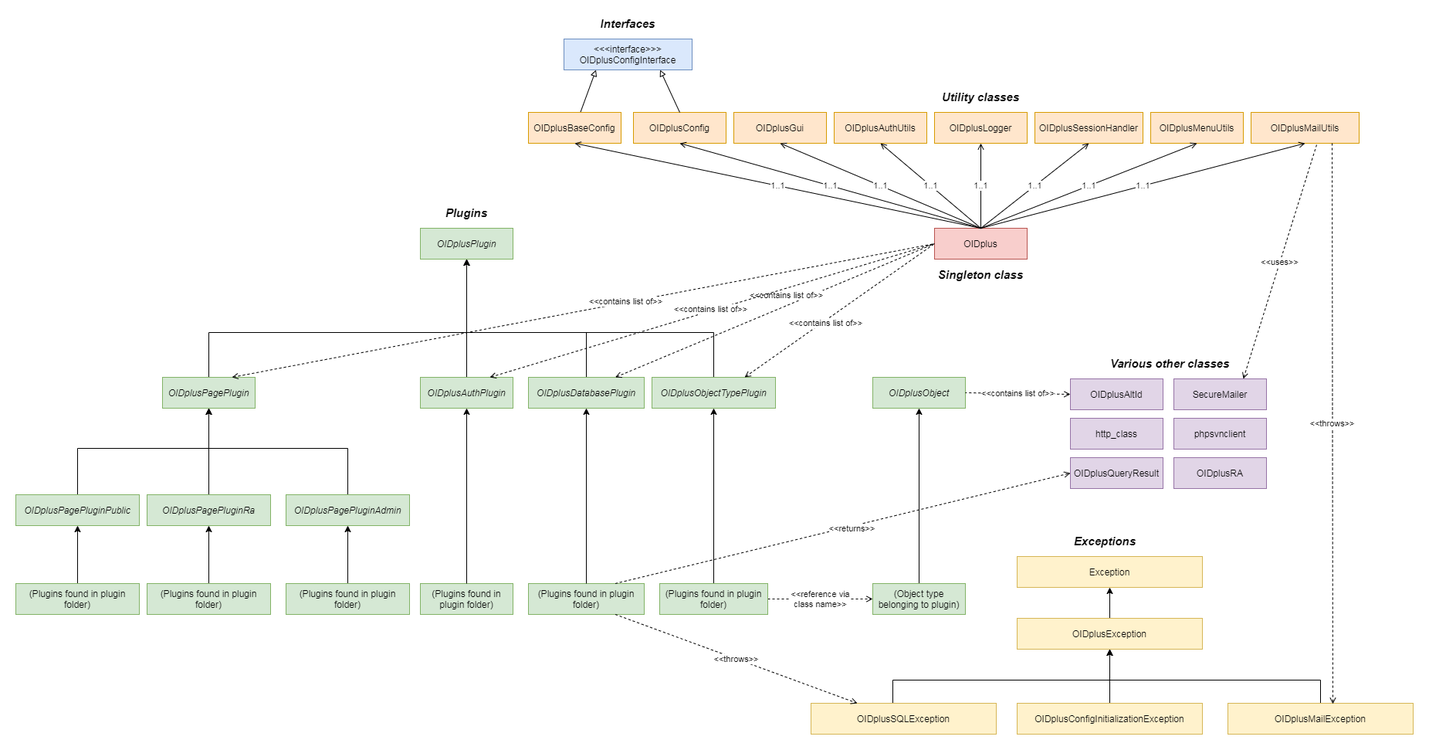
Above: includes/classes/class_diagram.png in danielmarschall/oidplus (draw.io), before the change. Source tidied: cells renumbered, new cells last; positions are measured from the earlier drawing's top-left corner, leaving out a move shared by most shapes.
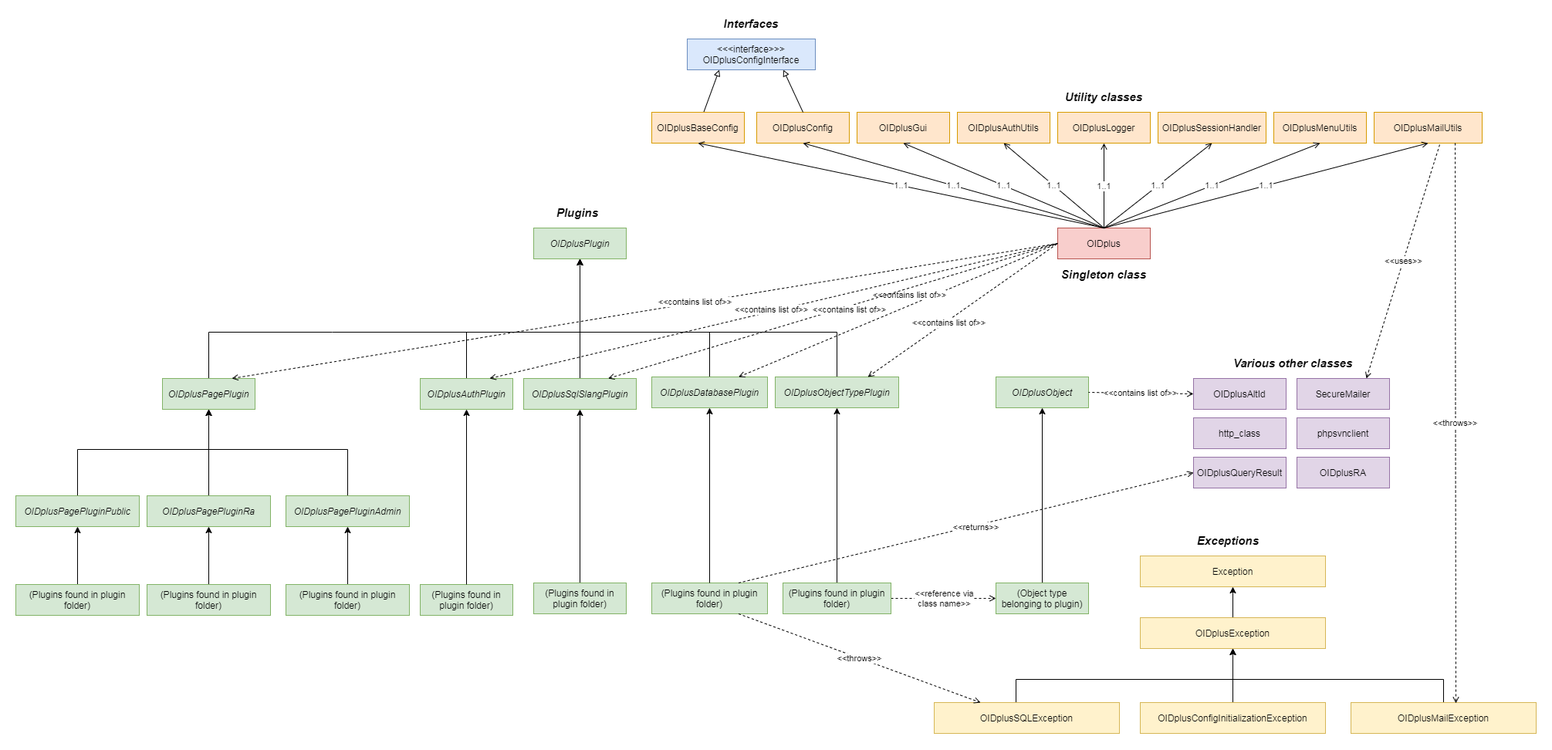
After the commit.

Change to the diagram source:
```diff
@@ -9,10 +9,15 @@
       <mxGeometry x="1366" y="470" width="120" height="40" as="geometry" />
     </mxCell>
     <mxCell id="4" style="edgeStyle=orthogonalEdgeStyle;rounded=0;jettySize=auto;html=1;entryX=0.5;entryY=1;entryDx=0;entryDy=0;" parent="1" edge="1" source="5" target="24">
-      <mxGeometry relative="1" as="geometry" />
+      <mxGeometry relative="1" as="geometry">
+        <Array as="points">
+          <mxPoint x="424" y="410" />
+          <mxPoint x="571" y="410" />
+        </Array>
+      </mxGeometry>
     </mxCell>
     <mxCell id="5" value="&lt;div&gt;OIDplusAuthPlugin&lt;/div&gt;" style="rounded=0;whiteSpace=wrap;html=1;fontStyle=2;fillColor=#d5e8d4;strokeColor=#82b366;" parent="1" vertex="1">
-      <mxGeometry x="524" y="468" width="120" height="40" as="geometry" />
+      <mxGeometry x="364" y="470" width="120" height="40" as="geometry" />
     </mxCell>
     <mxCell id="6" value="&lt;div&gt;OIDplusAuthUtils&lt;/div&gt;" style="rounded=0;whiteSpace=wrap;html=1;fillColor=#ffe6cc;strokeColor=#d79b00;" parent="1" vertex="1">
       <mxGeometry x="1060" y="125" width="120" height="40" as="geometry" />
@@ -41,7 +46,7 @@
       <mxGeometry relative="1" as="geometry">
         <Array as="points">
           <mxPoint x="739" y="410" />
-          <mxPoint x="584" y="410" />
+          <mxPoint x="571" y="410" />
         </Array>
       </mxGeometry>
     </mxCell>
@@ -61,7 +66,7 @@
       <mxGeometry relative="1" as="geometry">
         <Array as="points">
           <mxPoint x="904" y="410" />
-          <mxPoint x="584" y="410" />
+          <mxPoint x="571" y="410" />
         </Array>
       </mxGeometry>
     </mxCell>
@@ -71,16 +76,16 @@
     <mxCell id="19" style="edgeStyle=orthogonalEdgeStyle;rounded=0;jettySize=auto;html=1;entryX=0.5;entryY=0;entryDx=0;entryDy=0;startArrow=classic;startFill=1;endArrow=none;endFill=0;" parent="1" edge="1" source="23" target="66">
       <mxGeometry relative="1" as="geometry">
         <Array as="points">
-          <mxPoint x="250" y="560" />
-          <mxPoint x="80" y="560" />
+          <mxPoint x="90" y="562" />
+          <mxPoint x="-80" y="562" />
         </Array>
       </mxGeometry>
     </mxCell>
     <mxCell id="20" style="edgeStyle=orthogonalEdgeStyle;rounded=0;jettySize=auto;html=1;entryX=0.5;entryY=0;entryDx=0;entryDy=0;startArrow=classic;startFill=1;endArrow=none;endFill=0;" parent="1" edge="1" source="23" target="70">
       <mxGeometry relative="1" as="geometry">
         <Array as="points">
-          <mxPoint x="250" y="560" />
-          <mxPoint x="430" y="560" />
+          <mxPoint x="90" y="562" />
+          <mxPoint x="270" y="562" />
         </Array>
       </mxGeometry>
     </mxCell>
@@ -96,10 +101,10 @@
       </mxGeometry>
     </mxCell>
     <mxCell id="23" value="&lt;div&gt;OIDplusPagePlugin&lt;/div&gt;" style="rounded=0;whiteSpace=wrap;html=1;fontStyle=2;fillColor=#d5e8d4;strokeColor=#82b366;" parent="1" vertex="1">
-      <mxGeometry x="190" y="468" width="120" height="40" as="geometry" />
+      <mxGeometry x="30" y="470" width="120" height="40" as="geometry" />
     </mxCell>
     <mxCell id="24" value="&lt;div&gt;OIDplusPlugin&lt;/div&gt;" style="rounded=0;whiteSpace=wrap;html=1;fontStyle=2;fillColor=#d5e8d4;strokeColor=#82b366;" parent="1" vertex="1">
-      <mxGeometry x="524" y="275" width="120" height="40" as="geometry" />
+      <mxGeometry x="511" y="275" width="120" height="40" as="geometry" />
     </mxCell>
     <mxCell id="25" value="&lt;div&gt;OIDplusQueryResult&lt;/div&gt;" style="rounded=0;whiteSpace=wrap;html=1;fillColor=#e1d5e7;strokeColor=#9673a6;" parent="1" vertex="1">
       <mxGeometry x="1366" y="572" width="120" height="40" as="geometry" />
@@ -153,7 +158,7 @@
       <mxGeometry relative="1" as="geometry" />
     </mxCell>
     <mxCell id="41" value="(Plugins found in plugin folder)" style="rounded=0;whiteSpace=wrap;html=1;fillColor=#d5e8d4;strokeColor=#82b366;" parent="1" vertex="1">
-      <mxGeometry x="524" y="735" width="120" height="40" as="geometry" />
+      <mxGeometry x="364" y="737" width="120" height="40" as="geometry" />
     </mxCell>
     <mxCell id="42" style="edgeStyle=orthogonalEdgeStyle;rounded=0;jettySize=auto;html=1;entryX=0.5;entryY=1;entryDx=0;entryDy=0;exitX=0.5;exitY=0;exitDx=0;exitDy=0;" parent="1" edge="1" source="41" target="5">
       <mxGeometry relative="1" as="geometry" />
@@ -176,7 +181,7 @@
       <mxGeometry x="1180" y="325" width="140" height="20" as="geometry" />
     </mxCell>
     <mxCell id="48" value="Plugins" style="text;html=1;strokeColor=none;fillColor=none;align=center;verticalAlign=middle;whiteSpace=wrap;rounded=0;fontStyle=3;fontSize=15;" parent="1" vertex="1">
-      <mxGeometry x="514" y="245" width="140" height="20" as="geometry" />
+      <mxGeometry x="498" y="245" width="140" height="20" as="geometry" />
     </mxCell>
     <mxCell id="49" value="Exceptions" style="text;html=1;strokeColor=none;fillColor=none;align=center;verticalAlign=middle;whiteSpace=wrap;rounded=0;fontStyle=3;fontSize=15;" parent="1" vertex="1">
       <mxGeometry x="1341" y="670" width="140" height="20" as="geometry" />
@@ -239,28 +244,28 @@
       <mxGeometry relative="1" as="geometry" />
     </mxCell>
     <mxCell id="66" value="&lt;div&gt;OIDplusPagePluginPublic&lt;/div&gt;" style="rounded=0;whiteSpace=wrap;html=1;fontStyle=2;fillColor=#d5e8d4;strokeColor=#82b366;" parent="1" vertex="1">
-      <mxGeometry y="620" width="160" height="40" as="geometry" />
+      <mxGeometry x="-160" y="622" width="160" height="40" as="geometry" />
     </mxCell>
     <mxCell id="67" style="edgeStyle=orthogonalEdgeStyle;rounded=0;jettySize=auto;html=1;startArrow=classic;startFill=1;endArrow=none;endFill=0;" parent="1" edge="1" source="68" target="72">
       <mxGeometry relative="1" as="geometry" />
     </mxCell>
     <mxCell id="68" value="&lt;div&gt;OIDplusPagePluginRa&lt;/div&gt;" style="rounded=0;whiteSpace=wrap;html=1;fontStyle=2;fillColor=#d5e8d4;strokeColor=#82b366;" parent="1" vertex="1">
-      <mxGeometry x="170" y="620" width="160" height="40" as="geometry" />
+      <mxGeometry x="10" y="622" width="160" height="40" as="geometry" />
     </mxCell>
     <mxCell id="69" style="edgeStyle=orthogonalEdgeStyle;rounded=0;jettySize=auto;html=1;entryX=0.5;entryY=0;entryDx=0;entryDy=0;startArrow=classic;startFill=1;endArrow=none;endFill=0;" parent="1" edge="1" source="70" target="73">
       <mxGeometry relative="1" as="geometry" />
     </mxCell>
     <mxCell id="70" value="&lt;div&gt;OIDplusPagePluginAdmin&lt;/div&gt;" style="rounded=0;whiteSpace=wrap;html=1;fontStyle=2;fillColor=#d5e8d4;strokeColor=#82b366;" parent="1" vertex="1">
-      <mxGeometry x="350" y="620" width="160" height="40" as="geometry" />
+      <mxGeometry x="190" y="622" width="160" height="40" as="geometry" />
     </mxCell>
     <mxCell id="71" value="(Plugins found in plugin folder)" style="rounded=0;whiteSpace=wrap;html=1;fillColor=#d5e8d4;strokeColor=#82b366;" parent="1" vertex="1">
-      <mxGeometry y="735" width="160" height="40" as="geometry" />
+      <mxGeometry x="-160" y="737" width="160" height="40" as="geometry" />
     </mxCell>
     <mxCell id="72" value="(Plugins found in plugin folder)" style="rounded=0;whiteSpace=wrap;html=1;fillColor=#d5e8d4;strokeColor=#82b366;" parent="1" vertex="1">
-      <mxGeometry x="170" y="735" width="160" height="40" as="geometry" />
+      <mxGeometry x="10" y="737" width="160" height="40" as="geometry" />
     </mxCell>
     <mxCell id="73" value="(Plugins found in plugin folder)" style="rounded=0;whiteSpace=wrap;html=1;fillColor=#d5e8d4;strokeColor=#82b366;" parent="1" vertex="1">
-      <mxGeometry x="350" y="735" width="160" height="40" as="geometry" />
+      <mxGeometry x="190" y="737" width="160" height="40" as="geometry" />
     </mxCell>
     <mxCell id="74" value="Utility classes" style="text;html=1;strokeColor=none;fillColor=none;align=center;verticalAlign=middle;whiteSpace=wrap;rounded=0;fontStyle=3;fontSize=15;" parent="1" vertex="1">
       <mxGeometry x="970" y="95" width="560" height="20" as="geometry" />
@@ -289,5 +294,20 @@
     <mxCell id="82" style="rounded=0;jettySize=auto;html=1;entryX=0.75;entryY=1;entryDx=0;entryDy=0;endArrow=block;endFill=0;exitX=0.5;exitY=0;exitDx=0;exitDy=0;" parent="1" edge="1" source="7" target="80">
       <mxGeometry relative="1" as="geometry" />
     </mxCell>
+    <mxCell id="83" style="edgeStyle=orthogonalEdgeStyle;rounded=0;jettySize=auto;html=1;entryX=0.5;entryY=1;entryDx=0;entryDy=0;" parent="1" edge="1" source="84" target="24">
+      <mxGeometry relative="1" as="geometry" />
+    </mxCell>
+    <mxCell id="84" value="OIDplusSqlSlangPlugin" style="rounded=0;whiteSpace=wrap;html=1;fontStyle=2;fillColor=#d5e8d4;strokeColor=#82b366;" parent="1" vertex="1">
+      <mxGeometry x="498" y="470" width="146" height="40" as="geometry" />
+    </mxCell>
+    <mxCell id="85" value="&amp;lt;&amp;lt;contains list of&amp;gt;&amp;gt;" style="endArrow=none;html=1;exitX=0.75;exitY=0;exitDx=0;exitDy=0;dashed=1;endFill=0;startArrow=open;startFill=0;entryX=0;entryY=0.5;entryDx=0;entryDy=0;" parent="1" edge="1" source="84" target="2">
+      <mxGeometry x="0.07" y="-5" relative="1" as="geometry" />
+    </mxCell>
+    <mxCell id="86" style="edgeStyle=orthogonalEdgeStyle;rounded=0;jettySize=auto;html=1;entryX=0.5;entryY=1;entryDx=0;entryDy=0;" parent="1" edge="1" source="87" target="84">
+      <mxGeometry relative="1" as="geometry" />
+    </mxCell>
+    <mxCell id="87" value="(Plugins found in plugin folder)" style="rounded=0;whiteSpace=wrap;html=1;fillColor=#d5e8d4;strokeColor=#82b366;" parent="1" vertex="1">
+      <mxGeometry x="511" y="735" width="120" height="40" as="geometry" />
+    </mxCell>
   </root>
 </mxGraphModel>
```
